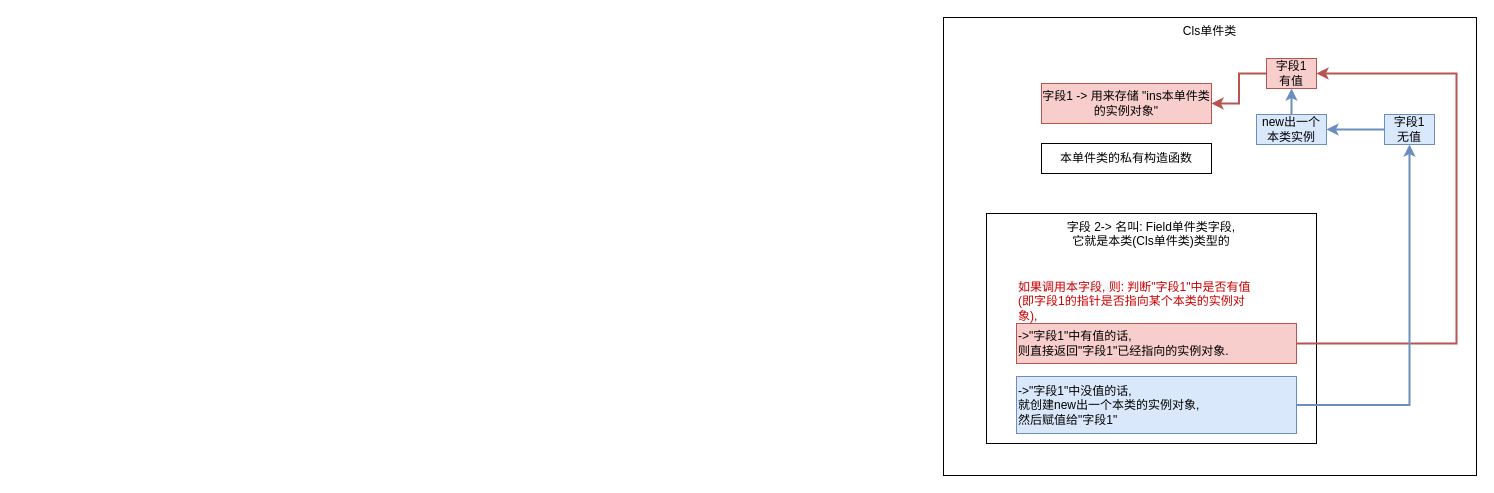
m-v-priest/11_programme_Learning keeps this draw.io diagram as 50 C_Shapr/c sharp 程序图解说明.drawio. Above is the earlier version. Source tidied: cells renumbered, new cells numbered last; positions are measured from the earlier drawing's top-left corner, leaving out a move shared by most shapes. Both pictures are drawn from the tidied source at 100%, with x=0, y=0 at pixel (943, 17).
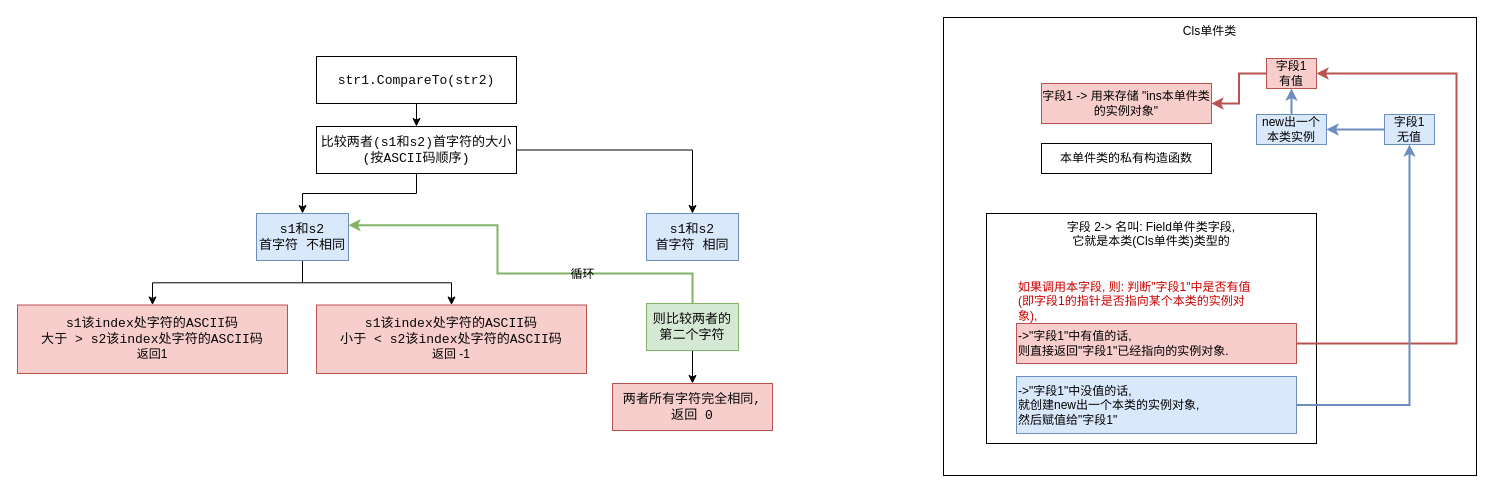
Above is the later version.

What changed in the source:
```diff
@@
+    <mxCell id="17" style="edgeStyle=orthogonalEdgeStyle;rounded=0;jettySize=auto;html=1;labelBackgroundColor=none;" parent="1" edge="1" source="19" target="25">
+      <mxGeometry relative="1" as="geometry" />
+    </mxCell>
+    <mxCell id="18" style="edgeStyle=orthogonalEdgeStyle;rounded=0;jettySize=auto;html=1;labelBackgroundColor=none;" parent="1" edge="1" source="19" target="27">
+      <mxGeometry relative="1" as="geometry" />
+    </mxCell>
+    <mxCell id="19" value="&lt;pre style=&quot;&quot;&gt;&lt;font face=&quot;宋体, monospace&quot; color=&quot;#080808&quot;&gt;&lt;span style=&quot;font-size: 13.0667px;&quot;&gt;比较两者(s1和s2)首字符的大小&lt;br&gt;(按ASCII码顺序)&lt;/span&gt;&lt;span style=&quot;font-size: 9.8pt;&quot;&gt;&lt;br&gt;&lt;/span&gt;&lt;/font&gt;&lt;/pre&gt;" style="rounded=0;whiteSpace=wrap;html=1;fillColor=none;labelBackgroundColor=none;" parent="1" vertex="1">
+      <mxGeometry x="-627" y="109" width="200" height="47" as="geometry" />
+    </mxCell>
+    <mxCell id="20" value="&lt;font face=&quot;宋体, monospace&quot; color=&quot;#080808&quot;&gt;&lt;span style=&quot;font-size: 13.0667px;&quot;&gt;s1该index处字符的ASCII码 &lt;br&gt;大于 &amp;gt; s2&lt;/span&gt;&lt;/font&gt;&lt;span style=&quot;color: rgb(8, 8, 8); font-family: 宋体, monospace; font-size: 13.0667px;&quot;&gt;该index处&lt;/span&gt;&lt;font face=&quot;宋体, monospace&quot; color=&quot;#080808&quot;&gt;&lt;span style=&quot;font-size: 13.0667px;&quot;&gt;字符的ASCII码&lt;/span&gt;&lt;span style=&quot;font-size: 13.0667px;&quot;&gt;&lt;br&gt;&lt;/span&gt;&lt;/font&gt;&lt;span style=&quot;&quot;&gt;返回1&lt;/span&gt;&lt;font face=&quot;宋体, monospace&quot; color=&quot;#080808&quot;&gt;&lt;span style=&quot;font-size: 13.0667px;&quot;&gt;&lt;br&gt;&lt;/span&gt;&lt;/font&gt;" style="rounded=0;whiteSpace=wrap;html=1;fillColor=#f8cecc;verticalAlign=middle;labelBackgroundColor=none;strokeColor=#b85450;" parent="1" vertex="1">
+      <mxGeometry x="-926" y="287.5" width="270" height="68.5" as="geometry" />
+    </mxCell>
+    <mxCell id="21" style="edgeStyle=orthogonalEdgeStyle;rounded=0;jettySize=auto;html=1;labelBackgroundColor=none;" parent="1" edge="1" source="22" target="19">
+      <mxGeometry relative="1" as="geometry" />
+    </mxCell>
+    <mxCell id="22" value="&lt;pre style=&quot;&quot;&gt;&lt;font face=&quot;宋体, monospace&quot; color=&quot;#080808&quot;&gt;&lt;span style=&quot;font-size: 13.0667px;&quot;&gt;str1.CompareTo(str2)&lt;/span&gt;&lt;span style=&quot;font-size: 9.8pt;&quot;&gt;&lt;br&gt;&lt;/span&gt;&lt;/font&gt;&lt;/pre&gt;" style="rounded=0;whiteSpace=wrap;html=1;fillColor=none;labelBackgroundColor=none;" parent="1" vertex="1">
+      <mxGeometry x="-627" y="39" width="200" height="47" as="geometry" />
+    </mxCell>
+    <mxCell id="23" style="edgeStyle=orthogonalEdgeStyle;rounded=0;jettySize=auto;html=1;entryX=0.5;entryY=0;entryDx=0;entryDy=0;labelBackgroundColor=none;" parent="1" edge="1" source="25" target="20">
+      <mxGeometry relative="1" as="geometry" />
+    </mxCell>
+    <mxCell id="24" style="edgeStyle=orthogonalEdgeStyle;rounded=0;jettySize=auto;html=1;labelBackgroundColor=none;" parent="1" edge="1" source="25" target="26">
+      <mxGeometry relative="1" as="geometry" />
+    </mxCell>
+    <mxCell id="25" value="&lt;pre style=&quot;&quot;&gt;&lt;font face=&quot;宋体, monospace&quot; color=&quot;#080808&quot;&gt;&lt;span style=&quot;font-size: 13.0667px;&quot;&gt;s1和s2&lt;br&gt;首字符 不相同&lt;/span&gt;&lt;span style=&quot;font-size: 9.8pt;&quot;&gt;&lt;br&gt;&lt;/span&gt;&lt;/font&gt;&lt;/pre&gt;" style="rounded=0;whiteSpace=wrap;html=1;fillColor=#dae8fc;strokeColor=#6c8ebf;labelBackgroundColor=none;" parent="1" vertex="1">
+      <mxGeometry x="-687" y="196" width="92" height="47" as="geometry" />
+    </mxCell>
+    <mxCell id="26" value="&lt;font face=&quot;宋体, monospace&quot; color=&quot;#080808&quot;&gt;&lt;span style=&quot;font-size: 13.0667px;&quot;&gt;s1&lt;/span&gt;&lt;/font&gt;&lt;span style=&quot;color: rgb(8, 8, 8); font-family: 宋体, monospace; font-size: 13.0667px;&quot;&gt;该index处&lt;/span&gt;&lt;font face=&quot;宋体, monospace&quot; color=&quot;#080808&quot;&gt;&lt;span style=&quot;font-size: 13.0667px;&quot;&gt;字符的ASCII码 &lt;br&gt;小于 &amp;lt; s2&lt;/span&gt;&lt;/font&gt;&lt;span style=&quot;color: rgb(8, 8, 8); font-family: 宋体, monospace; font-size: 13.0667px;&quot;&gt;该index处&lt;/span&gt;&lt;font face=&quot;宋体, monospace&quot; color=&quot;#080808&quot;&gt;&lt;span style=&quot;font-size: 13.0667px;&quot;&gt;字符的ASCII码&lt;/span&gt;&lt;span style=&quot;font-size: 13.0667px;&quot;&gt;&lt;br&gt;&lt;/span&gt;&lt;/font&gt;&lt;span style=&quot;&quot;&gt;返回 -1&lt;/span&gt;&lt;font face=&quot;宋体, monospace&quot; color=&quot;#080808&quot;&gt;&lt;span style=&quot;font-size: 13.0667px;&quot;&gt;&lt;br&gt;&lt;/span&gt;&lt;/font&gt;" style="rounded=0;whiteSpace=wrap;html=1;fillColor=#f8cecc;verticalAlign=middle;labelBackgroundColor=none;strokeColor=#b85450;" parent="1" vertex="1">
+      <mxGeometry x="-627" y="287.5" width="270" height="68.5" as="geometry" />
+    </mxCell>
+    <mxCell id="27" value="&lt;pre style=&quot;&quot;&gt;&lt;font face=&quot;宋体, monospace&quot; color=&quot;#080808&quot;&gt;&lt;span style=&quot;font-size: 13.0667px;&quot;&gt;s1和s2&lt;br&gt;首字符 相同&lt;/span&gt;&lt;span style=&quot;font-size: 9.8pt;&quot;&gt;&lt;br&gt;&lt;/span&gt;&lt;/font&gt;&lt;/pre&gt;" style="rounded=0;whiteSpace=wrap;html=1;fillColor=#dae8fc;strokeColor=#6c8ebf;labelBackgroundColor=none;" parent="1" vertex="1">
+      <mxGeometry x="-297" y="196" width="92" height="47" as="geometry" />
+    </mxCell>
+    <mxCell id="28" style="edgeStyle=orthogonalEdgeStyle;rounded=0;jettySize=auto;html=1;entryX=1;entryY=0.25;entryDx=0;entryDy=0;labelBackgroundColor=none;fillColor=#d5e8d4;strokeColor=#82b366;strokeWidth=2;" parent="1" edge="1" source="31" target="25">
+      <mxGeometry relative="1" as="geometry">
+        <Array as="points">
+          <mxPoint x="-251" y="256" />
+          <mxPoint x="-446" y="256" />
+          <mxPoint x="-446" y="208" />
+        </Array>
+      </mxGeometry>
+    </mxCell>
+    <mxCell id="29" value="循环" style="edgeLabel;html=1;align=center;verticalAlign=middle;fontSize=12;labelBackgroundColor=none;" parent="28" vertex="1">
+      <mxGeometry x="-0.33" relative="1" as="geometry" />
+    </mxCell>
+    <mxCell id="30" style="edgeStyle=orthogonalEdgeStyle;rounded=0;jettySize=auto;html=1;entryX=0.5;entryY=0;entryDx=0;entryDy=0;fontSize=12;labelBackgroundColor=none;" parent="1" edge="1" source="31" target="32">
+      <mxGeometry relative="1" as="geometry" />
+    </mxCell>
+    <mxCell id="31" value="&lt;pre style=&quot;&quot;&gt;&lt;font face=&quot;宋体, monospace&quot; color=&quot;#080808&quot;&gt;&lt;span style=&quot;font-size: 13.0667px;&quot;&gt;则比较两者的&lt;br&gt;第二个字符&lt;/span&gt;&lt;/font&gt;&lt;/pre&gt;" style="rounded=0;whiteSpace=wrap;html=1;fillColor=#d5e8d4;labelBackgroundColor=none;strokeColor=#82b366;" parent="1" vertex="1">
+      <mxGeometry x="-297" y="286" width="92" height="47" as="geometry" />
+    </mxCell>
+    <mxCell id="32" value="&lt;pre style=&quot;&quot;&gt;&lt;font face=&quot;宋体, monospace&quot; color=&quot;#080808&quot;&gt;&lt;span style=&quot;font-size: 13.0667px;&quot;&gt;两者所有字符完全相同,&lt;br&gt;返回 0&lt;/span&gt;&lt;/font&gt;&lt;br&gt;&lt;/pre&gt;" style="rounded=0;whiteSpace=wrap;html=1;fillColor=#f8cecc;labelBackgroundColor=none;strokeColor=#b85450;" parent="1" vertex="1">
+      <mxGeometry x="-331" y="366" width="160" height="47" as="geometry" />
+    </mxCell>
```
